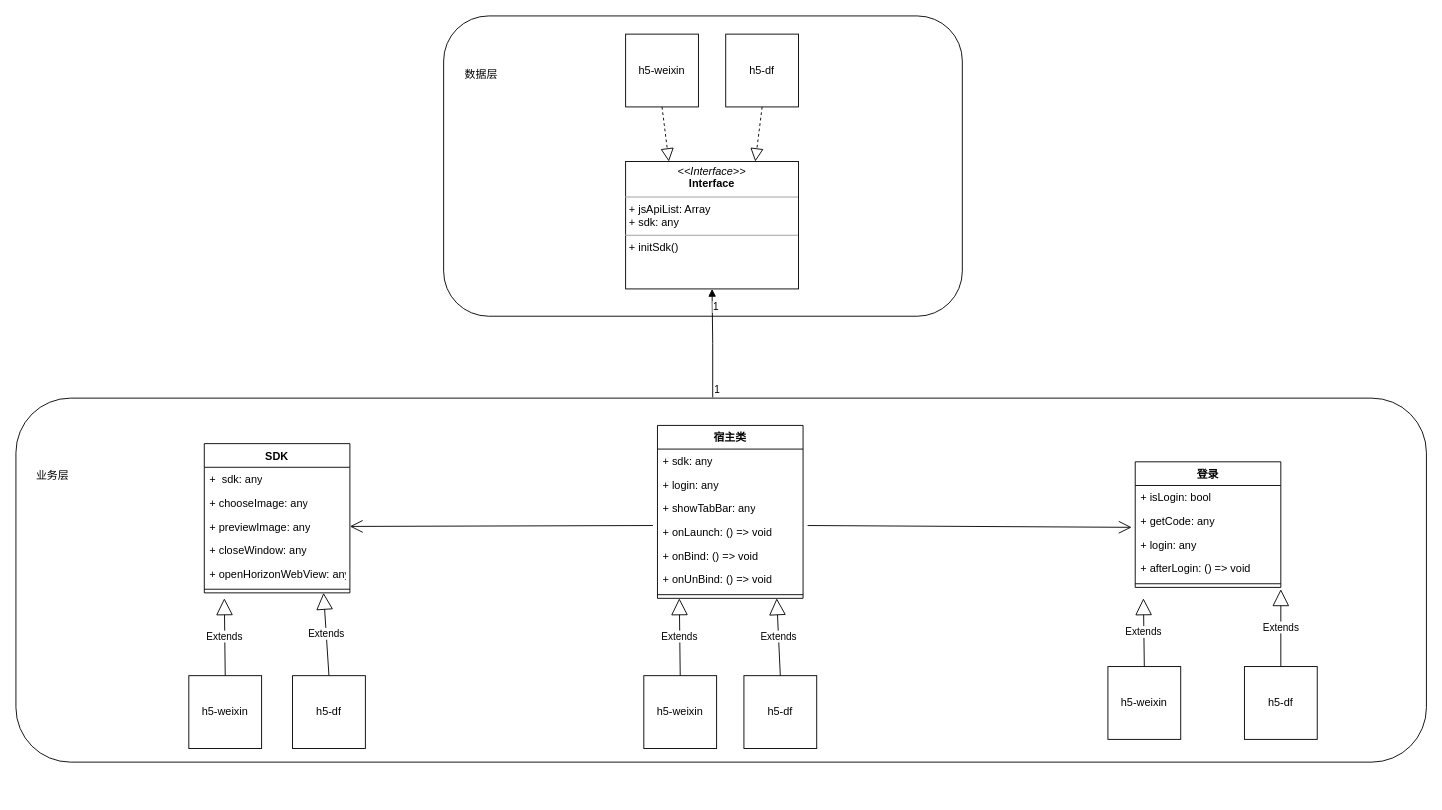
ios2014/ios-- keeps this draw.io diagram as page "第 2 页" (2 of 3) of 未命名绘图.drawio. Above is the earlier version. Source tidied: cells renumbered, new cells numbered last; positions are measured from the earlier drawing's top-left corner, leaving out a move shared by most shapes. Both pictures are drawn from the tidied source at 91%, with x=0, y=0 at pixel (15, 15).
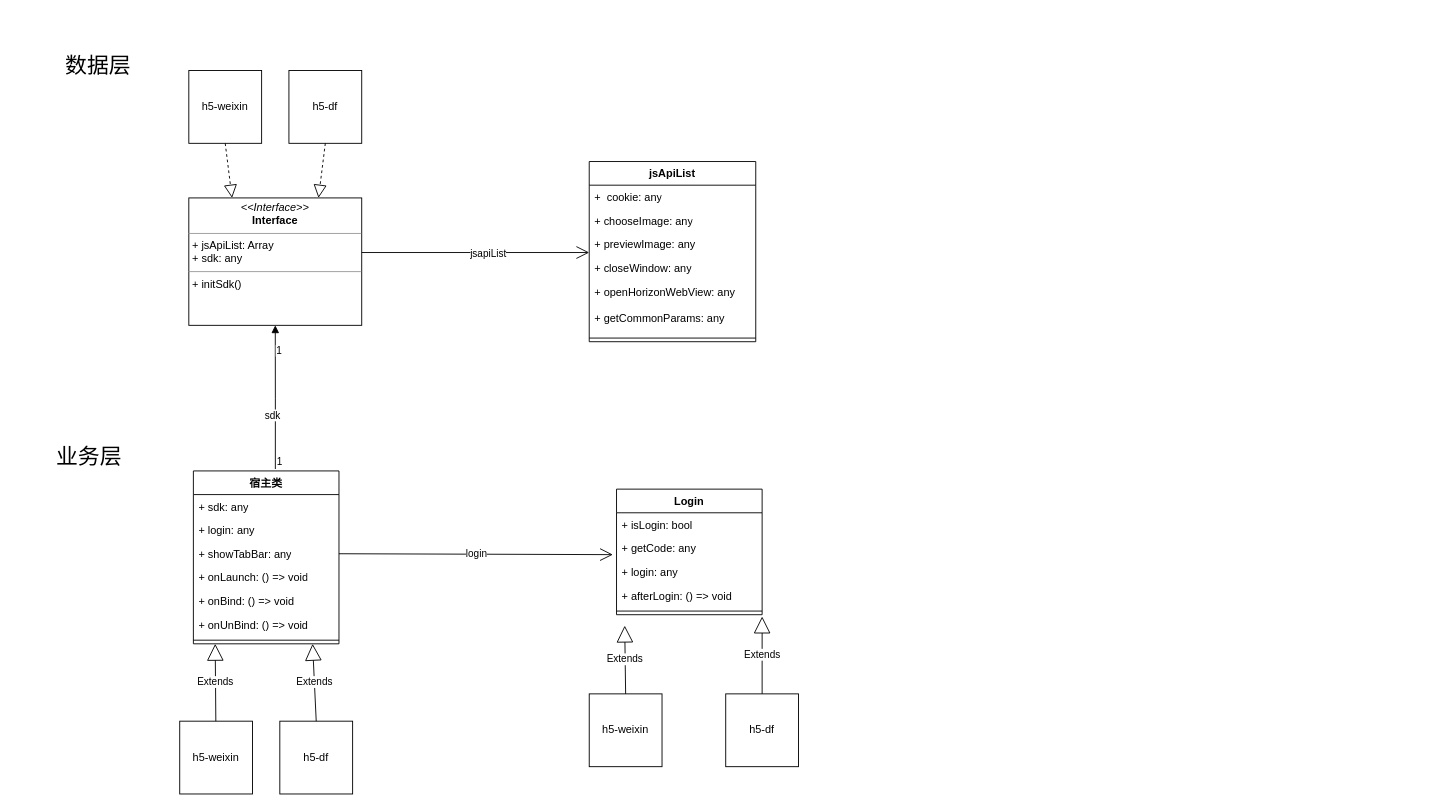
After the change.

The change refers to these unchanged cells:
```xml
<mxCell id="14" value="+&amp;nbsp;showTabBar:&amp;nbsp;any" style="text;strokeColor=none;fillColor=none;align=left;verticalAlign=top;spacingLeft=4;spacingRight=4;overflow=hidden;points=[[0,0.5],[1,0.5]];portConstraint=eastwest;whiteSpace=wrap;html=1;" parent="11" vertex="1">
  <mxGeometry y="78" width="160" height="26" as="geometry" />
</mxCell>
<mxCell id="18" style="line;strokeWidth=1;fillColor=none;align=left;verticalAlign=middle;spacingTop=-1;spacingLeft=3;spacingRight=3;labelPosition=right;points=[];portConstraint=eastwest;strokeColor=inherit;" parent="11" vertex="1">
  <mxGeometry y="182" width="160" height="8" as="geometry" />
</mxCell>
<mxCell id="41" value="+&amp;nbsp;getCode:&amp;nbsp;any" style="text;strokeColor=none;fillColor=none;align=left;verticalAlign=top;spacingLeft=4;spacingRight=4;overflow=hidden;points=[[0,0.5],[1,0.5]];portConstraint=eastwest;whiteSpace=wrap;html=1;" parent="39" vertex="1">
  <mxGeometry y="52" width="160" height="26" as="geometry" />
</mxCell>
```

What changed in the source:
```diff
@@
-    <mxCell id="2" style="rounded=1;whiteSpace=wrap;html=1;" parent="1" vertex="1">
-      <mxGeometry y="420" width="1550" height="400" as="geometry" />
-    </mxCell>
     <mxCell id="3" value="h5-weixin" style="whiteSpace=wrap;html=1;" parent="1" vertex="1">
-      <mxGeometry x="690" y="725" width="80" height="80" as="geometry" />
+      <mxGeometry x="180" y="775" width="80" height="80" as="geometry" />
     </mxCell>
-    <mxCell id="4" style="rounded=1;whiteSpace=wrap;html=1;" parent="1" vertex="1">
-      <mxGeometry x="470" width="570" height="330" as="geometry" />
-    </mxCell>
     <mxCell id="5" value="h5-df" style="whiteSpace=wrap;html=1;" parent="1" vertex="1">
-      <mxGeometry x="800" y="725" width="80" height="80" as="geometry" />
+      <mxGeometry x="290" y="775" width="80" height="80" as="geometry" />
     </mxCell>
-    <mxCell id="6" value="业务层" style="text;html=1;align=center;verticalAlign=middle;strokeColor=none;fillColor=none;" parent="1" vertex="1">
-      <mxGeometry x="10" y="490" width="60" height="30" as="geometry" />
+    <mxCell id="6" value="&lt;font style=&quot;font-size: 24px;&quot;&gt;业务层&lt;/font&gt;" style="text;html=1;align=center;verticalAlign=middle;strokeColor=none;fillColor=none;" parent="1" vertex="1">
+      <mxGeometry x="30" y="465" width="100" height="40" as="geometry" />
     </mxCell>
     <mxCell id="7" value="h5-weixin" style="whiteSpace=wrap;html=1;" parent="1" vertex="1">
-      <mxGeometry x="670" y="20" width="80" height="80" as="geometry" />
+      <mxGeometry x="190" y="60" width="80" height="80" as="geometry" />
     </mxCell>
     <mxCell id="8" value="h5-df" style="whiteSpace=wrap;html=1;" parent="1" vertex="1">
-      <mxGeometry x="780" y="20" width="80" height="80" as="geometry" />
+      <mxGeometry x="300" y="60" width="80" height="80" as="geometry" />
     </mxCell>
-    <mxCell id="9" value="数据层" style="text;html=1;align=center;verticalAlign=middle;strokeColor=none;fillColor=none;" parent="1" vertex="1">
-      <mxGeometry x="481" y="50" width="60" height="30" as="geometry" />
+    <mxCell id="9" value="&lt;font style=&quot;font-size: 24px;&quot;&gt;数据层&lt;/font&gt;" style="text;html=1;align=center;verticalAlign=middle;strokeColor=none;fillColor=none;" parent="1" vertex="1">
+      <mxGeometry x="40" y="35" width="100" height="40" as="geometry" />
     </mxCell>
     <mxCell id="10" value="&lt;p style=&quot;margin:0px;margin-top:4px;text-align:center;&quot;&gt;&lt;i&gt;&amp;lt;&amp;lt;Interface&amp;gt;&amp;gt;&lt;/i&gt;&lt;br&gt;&lt;b&gt;Interface&lt;/b&gt;&lt;/p&gt;&lt;hr size=&quot;1&quot;&gt;&lt;p style=&quot;margin:0px;margin-left:4px;&quot;&gt;+&amp;nbsp;jsApiList: Array&lt;/p&gt;&lt;p style=&quot;margin:0px;margin-left:4px;&quot;&gt;+&amp;nbsp;sdk:&amp;nbsp;any&lt;/p&gt;&lt;hr size=&quot;1&quot;&gt;&lt;p style=&quot;margin:0px;margin-left:4px;&quot;&gt;+&amp;nbsp;initSdk()&lt;/p&gt;" style="verticalAlign=top;align=left;overflow=fill;fontSize=12;fontFamily=Helvetica;html=1;whiteSpace=wrap;" parent="1" vertex="1">
-      <mxGeometry x="670" y="160" width="190" height="140" as="geometry" />
+      <mxGeometry x="190" y="200" width="190" height="140" as="geometry" />
     </mxCell>
     <mxCell id="11" value="宿主类" style="swimlane;fontStyle=1;align=center;verticalAlign=top;horizontal=1;startSize=26;whiteSpace=wrap;html=1;" parent="1" vertex="1">
-      <mxGeometry x="705" y="450" width="160" height="190" as="geometry" />
+      <mxGeometry x="195" y="500" width="160" height="190" as="geometry" />
     </mxCell>
@@
-    <mxCell id="19" style="endArrow=block;endFill=1;html=1;edgeStyle=orthogonalEdgeStyle;align=left;verticalAlign=top;rounded=0;entryX=0.5;entryY=1;entryDx=0;entryDy=0;exitX=0.494;exitY=-0.002;exitDx=0;exitDy=0;exitPerimeter=0;" parent="1" edge="1" source="2" target="10">
+    <mxCell id="19" style="endArrow=block;endFill=1;html=1;edgeStyle=orthogonalEdgeStyle;align=left;verticalAlign=top;rounded=0;entryX=0.5;entryY=1;entryDx=0;entryDy=0;exitX=0.563;exitY=-0.011;exitDx=0;exitDy=0;exitPerimeter=0;" parent="1" edge="1" source="11" target="10">
       <mxGeometry x="-1" relative="1" as="geometry" />
     </mxCell>
@@
+    <mxCell id="49" value="sdk" style="edgeLabel;html=1;align=center;verticalAlign=middle;" parent="19" vertex="1">
+      <mxGeometry x="-0.25" y="4" relative="1" as="geometry" />
+    </mxCell>
-    <mxCell id="22" value="Extends" style="endArrow=block;endSize=16;endFill=0;html=1;rounded=0;exitX=0.5;exitY=0;exitDx=0;exitDy=0;entryX=0.819;entryY=1;entryDx=0;entryDy=0;entryPerimeter=0;" parent="1" edge="1" source="5" target="18">
-      <mxGeometry relative="1" as="geometry" />
+    <mxCell id="22" value="Extends" style="endArrow=block;endSize=16;endFill=0;html=1;rounded=0;exitX=0.5;exitY=0;exitDx=0;exitDy=0;entryX=0.819;entryY=1;entryDx=0;entryDy=0;entryPerimeter=0;" parent="1" edge="1" source="5">
+      <mxGeometry relative="1" as="geometry">
+        <mxPoint x="326" y="690" as="targetPoint" />
+      </mxGeometry>
     </mxCell>
-    <mxCell id="23" value="Extends" style="endArrow=block;endSize=16;endFill=0;html=1;rounded=0;exitX=0.5;exitY=0;exitDx=0;exitDy=0;" parent="1" edge="1" source="3">
+    <mxCell id="23" value="Extends" style="endArrow=block;endSize=16;endFill=0;html=1;rounded=0;" parent="1" edge="1" source="3">
       <mxGeometry relative="1" as="geometry">
-        <mxPoint x="729" y="640" as="targetPoint" />
+        <mxPoint x="219" y="690" as="targetPoint" />
       </mxGeometry>
     </mxCell>
@@
-    <mxCell id="26" value="h5-weixin" style="whiteSpace=wrap;html=1;" parent="1" vertex="1">
-      <mxGeometry x="190" y="725" width="80" height="80" as="geometry" />
-    </mxCell>
-    <mxCell id="27" value="h5-df" style="whiteSpace=wrap;html=1;" parent="1" vertex="1">
-      <mxGeometry x="304" y="725" width="80" height="80" as="geometry" />
-    </mxCell>
-    <mxCell id="28" value="SDK" style="swimlane;fontStyle=1;align=center;verticalAlign=top;horizontal=1;startSize=26;whiteSpace=wrap;html=1;" parent="1" vertex="1">
-      <mxGeometry x="207" y="470" width="160" height="164" as="geometry" />
+    <mxCell id="28" value="jsApiList" style="swimlane;fontStyle=1;align=center;verticalAlign=top;horizontal=1;startSize=26;whiteSpace=wrap;html=1;" parent="1" vertex="1">
+      <mxGeometry x="630" y="160" width="183" height="198" as="geometry" />
     </mxCell>
-    <mxCell id="29" value="+ &amp;nbsp;sdk:&amp;nbsp;any" style="text;strokeColor=none;fillColor=none;align=left;verticalAlign=top;spacingLeft=4;spacingRight=4;overflow=hidden;whiteSpace=wrap;html=1;" parent="28" vertex="1">
-      <mxGeometry y="26" width="160" height="26" as="geometry" />
-    </mxCell>
+    <mxCell id="50" value="+ &amp;nbsp;cookie:&amp;nbsp;any" style="text;strokeColor=none;fillColor=none;align=left;verticalAlign=top;spacingLeft=4;spacingRight=4;overflow=hidden;whiteSpace=wrap;html=1;" parent="28" vertex="1">
+      <mxGeometry y="26" width="183" height="26" as="geometry" />
+    </mxCell>
     <mxCell id="30" value="+&amp;nbsp;chooseImage:&amp;nbsp;any" style="text;strokeColor=none;fillColor=none;align=left;verticalAlign=top;spacingLeft=4;spacingRight=4;overflow=hidden;whiteSpace=wrap;html=1;" parent="28" vertex="1">
-      <mxGeometry y="52" width="160" height="26" as="geometry" />
+      <mxGeometry y="52" width="183" height="26" as="geometry" />
     </mxCell>
     <mxCell id="31" value="+&amp;nbsp;previewImage:&amp;nbsp;any" style="text;strokeColor=none;fillColor=none;align=left;verticalAlign=top;spacingLeft=4;spacingRight=4;overflow=hidden;points=[[0,0.5],[1,0.5]];portConstraint=eastwest;whiteSpace=wrap;html=1;" parent="28" vertex="1">
-      <mxGeometry y="78" width="160" height="26" as="geometry" />
+      <mxGeometry y="78" width="183" height="26" as="geometry" />
     </mxCell>
     <mxCell id="32" value="+&amp;nbsp;closeWindow:&amp;nbsp;any" style="text;strokeColor=none;fillColor=none;align=left;verticalAlign=top;spacingLeft=4;spacingRight=4;overflow=hidden;whiteSpace=wrap;html=1;" parent="28" vertex="1">
-      <mxGeometry y="104" width="160" height="26" as="geometry" />
+      <mxGeometry y="104" width="183" height="26" as="geometry" />
     </mxCell>
-    <mxCell id="33" value="+&amp;nbsp;openHorizonWebView:&amp;nbsp;any" style="text;strokeColor=none;fillColor=none;align=left;verticalAlign=top;spacingLeft=4;spacingRight=4;overflow=hidden;whiteSpace=wrap;html=1;" parent="28" vertex="1">
-      <mxGeometry y="130" width="160" height="26" as="geometry" />
+    <mxCell id="33" value="+&amp;nbsp;openHorizonWebView:&amp;nbsp;any&lt;br&gt;&lt;br&gt;+ getCommonParams: any" style="text;strokeColor=none;fillColor=none;align=left;verticalAlign=top;spacingLeft=4;spacingRight=4;overflow=hidden;whiteSpace=wrap;html=1;" parent="28" vertex="1">
+      <mxGeometry y="130" width="183" height="60" as="geometry" />
     </mxCell>
     <mxCell id="34" style="line;strokeWidth=1;fillColor=none;align=left;verticalAlign=middle;spacingTop=-1;spacingLeft=3;spacingRight=3;labelPosition=right;points=[];portConstraint=eastwest;strokeColor=inherit;" parent="28" vertex="1">
-      <mxGeometry y="156" width="160" height="8" as="geometry" />
+      <mxGeometry y="190" width="183" height="8" as="geometry" />
     </mxCell>
-    <mxCell id="35" value="Extends" style="endArrow=block;endSize=16;endFill=0;html=1;rounded=0;exitX=0.5;exitY=0;exitDx=0;exitDy=0;entryX=0.819;entryY=1;entryDx=0;entryDy=0;entryPerimeter=0;" parent="1" edge="1" source="27" target="34">
-      <mxGeometry relative="1" as="geometry" />
-    </mxCell>
-    <mxCell id="36" value="Extends" style="endArrow=block;endSize=16;endFill=0;html=1;rounded=0;exitX=0.5;exitY=0;exitDx=0;exitDy=0;" parent="1" edge="1" source="26">
-      <mxGeometry relative="1" as="geometry">
-        <mxPoint x="229" y="640" as="targetPoint" />
-      </mxGeometry>
-    </mxCell>
     <mxCell id="37" value="h5-weixin" style="whiteSpace=wrap;html=1;" parent="1" vertex="1">
-      <mxGeometry x="1200" y="715" width="80" height="80" as="geometry" />
+      <mxGeometry x="630" y="745" width="80" height="80" as="geometry" />
     </mxCell>
     <mxCell id="38" value="h5-df" style="whiteSpace=wrap;html=1;" parent="1" vertex="1">
-      <mxGeometry x="1350" y="715" width="80" height="80" as="geometry" />
+      <mxGeometry x="780" y="745" width="80" height="80" as="geometry" />
     </mxCell>
-    <mxCell id="39" value="登录" style="swimlane;fontStyle=1;align=center;verticalAlign=top;horizontal=1;startSize=26;whiteSpace=wrap;html=1;" parent="1" vertex="1">
-      <mxGeometry x="1230" y="490" width="160" height="138" as="geometry" />
+    <mxCell id="39" value="Login" style="swimlane;fontStyle=1;align=center;verticalAlign=top;horizontal=1;startSize=26;whiteSpace=wrap;html=1;" parent="1" vertex="1">
+      <mxGeometry x="660" y="520" width="160" height="138" as="geometry" />
     </mxCell>
@@
     <mxCell id="45" value="Extends" style="endArrow=block;endSize=16;endFill=0;html=1;rounded=0;exitX=0.5;exitY=0;exitDx=0;exitDy=0;" parent="1" edge="1" source="38">
       <mxGeometry relative="1" as="geometry">
-        <mxPoint x="1390" y="630" as="targetPoint" />
+        <mxPoint x="820" y="660" as="targetPoint" />
       </mxGeometry>
     </mxCell>
     <mxCell id="46" value="Extends" style="endArrow=block;endSize=16;endFill=0;html=1;rounded=0;exitX=0.5;exitY=0;exitDx=0;exitDy=0;" parent="1" edge="1" source="37">
       <mxGeometry relative="1" as="geometry">
-        <mxPoint x="1239" y="640" as="targetPoint" />
+        <mxPoint x="669" y="670" as="targetPoint" />
       </mxGeometry>
     </mxCell>
-    <mxCell id="47" style="endArrow=open;endFill=1;endSize=12;html=1;rounded=0;entryX=-0.025;entryY=0.769;entryDx=0;entryDy=0;entryPerimeter=0;" parent="1" edge="1" target="41">
-      <mxGeometry relative="1" as="geometry">
-        <mxPoint x="870" y="560" as="sourcePoint" />
-      </mxGeometry>
+    <mxCell id="47" value="login" style="endArrow=open;endFill=1;endSize=12;html=1;rounded=0;entryX=-0.025;entryY=0.769;entryDx=0;entryDy=0;entryPerimeter=0;exitX=1;exitY=0.5;exitDx=0;exitDy=0;" parent="1" edge="1" source="14" target="41">
+      <mxGeometry relative="1" as="geometry" />
     </mxCell>
-    <mxCell id="48" style="endArrow=open;endFill=1;endSize=12;html=1;rounded=0;entryX=1;entryY=0.5;entryDx=0;entryDy=0;" parent="1" edge="1" target="31">
-      <mxGeometry relative="1" as="geometry">
-        <mxPoint x="700" y="560" as="sourcePoint" />
-      </mxGeometry>
-    </mxCell>
+    <mxCell id="51" style="endArrow=open;endFill=1;endSize=12;html=1;rounded=0;" parent="1" edge="1">
+      <mxGeometry relative="1" as="geometry">
+        <mxPoint x="380" y="260" as="sourcePoint" />
+        <mxPoint x="630" y="260" as="targetPoint" />
+      </mxGeometry>
+    </mxCell>
+    <mxCell id="52" value="jsapiList" style="edgeLabel;html=1;align=center;verticalAlign=middle;" parent="51" vertex="1">
+      <mxGeometry x="0.1" relative="1" as="geometry" />
+    </mxCell>
```
